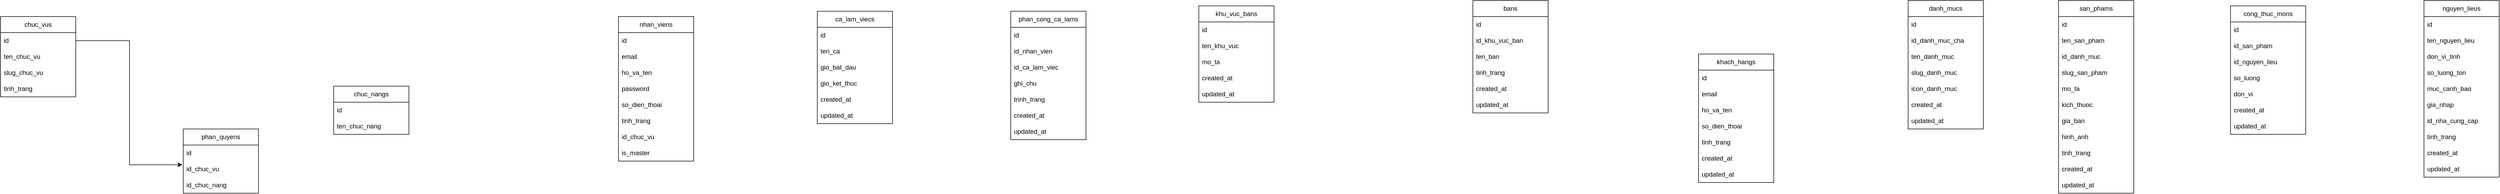
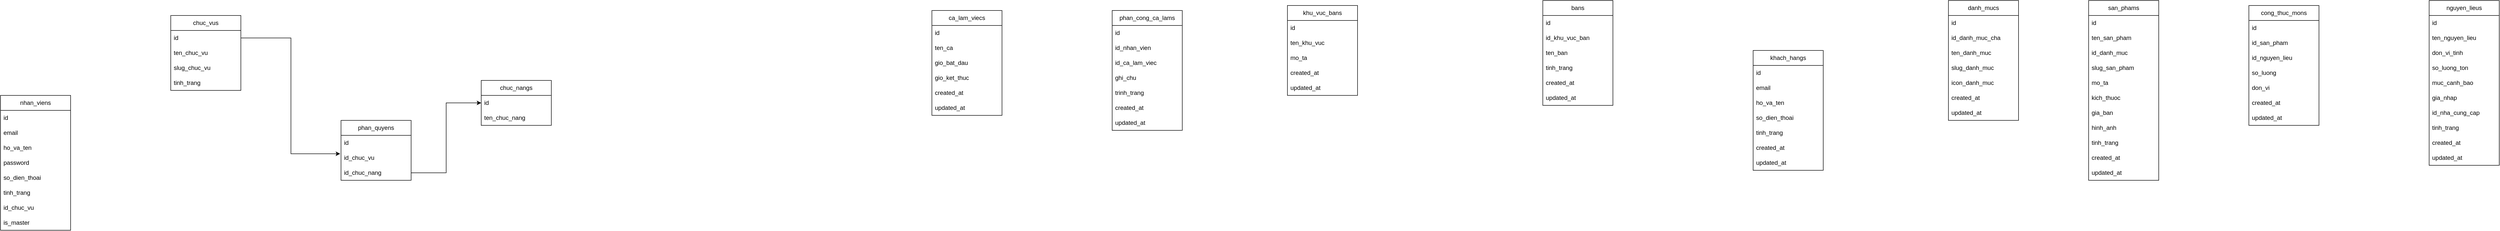
<mxfile host="app.diagrams.net">
  <diagram name="Page-1" id="78QUDde3ILmcNMK2hGyn">
    <mxGraphModel dx="2336" dy="1906" grid="1" gridSize="10" guides="1" tooltips="1" connect="1" arrows="1" fold="1" page="1" pageScale="1" pageWidth="850" pageHeight="1100" math="0" shadow="0">
      <root>
        <mxCell id="0" />
        <mxCell id="1" parent="0" />
        <mxCell id="1bbKcoBMxcC-bXyi0BTe-1" parent="1" style="swimlane;fontStyle=0;childLayout=stackLayout;horizontal=1;startSize=30;horizontalStack=0;resizeParent=1;resizeParentMax=0;resizeLast=0;collapsible=1;marginBottom=0;whiteSpace=wrap;html=1;" value="chuc_vus" vertex="1">
          <mxGeometry height="150" width="140" x="-280" y="-110" as="geometry" />
        </mxCell>
        <mxCell id="1bbKcoBMxcC-bXyi0BTe-2" parent="1bbKcoBMxcC-bXyi0BTe-1" style="text;strokeColor=none;fillColor=none;align=left;verticalAlign=middle;spacingLeft=4;spacingRight=4;overflow=hidden;points=[[0,0.5],[1,0.5]];portConstraint=eastwest;rotatable=0;whiteSpace=wrap;html=1;" value="id" vertex="1">
          <mxGeometry height="30" width="140" y="30" as="geometry" />
        </mxCell>
        <mxCell id="1bbKcoBMxcC-bXyi0BTe-3" parent="1bbKcoBMxcC-bXyi0BTe-1" style="text;strokeColor=none;fillColor=none;align=left;verticalAlign=middle;spacingLeft=4;spacingRight=4;overflow=hidden;points=[[0,0.5],[1,0.5]];portConstraint=eastwest;rotatable=0;whiteSpace=wrap;html=1;" value="ten_chuc_vu" vertex="1">
          <mxGeometry height="30" width="140" y="60" as="geometry" />
        </mxCell>
        <mxCell id="1bbKcoBMxcC-bXyi0BTe-4" parent="1bbKcoBMxcC-bXyi0BTe-1" style="text;strokeColor=none;fillColor=none;align=left;verticalAlign=middle;spacingLeft=4;spacingRight=4;overflow=hidden;points=[[0,0.5],[1,0.5]];portConstraint=eastwest;rotatable=0;whiteSpace=wrap;html=1;" value="slug_chuc_vu" vertex="1">
          <mxGeometry height="30" width="140" y="90" as="geometry" />
        </mxCell>
        <mxCell id="1bbKcoBMxcC-bXyi0BTe-5" parent="1bbKcoBMxcC-bXyi0BTe-1" style="text;strokeColor=none;fillColor=none;align=left;verticalAlign=middle;spacingLeft=4;spacingRight=4;overflow=hidden;points=[[0,0.5],[1,0.5]];portConstraint=eastwest;rotatable=0;whiteSpace=wrap;html=1;" value="tinh_trang" vertex="1">
          <mxGeometry height="30" width="140" y="120" as="geometry" />
        </mxCell>
        <mxCell id="1bbKcoBMxcC-bXyi0BTe-7" parent="1" style="swimlane;fontStyle=0;childLayout=stackLayout;horizontal=1;startSize=30;horizontalStack=0;resizeParent=1;resizeParentMax=0;resizeLast=0;collapsible=1;marginBottom=0;whiteSpace=wrap;html=1;" value="chuc_nangs" vertex="1">
          <mxGeometry height="90" width="140" x="340" y="20" as="geometry" />
        </mxCell>
        <mxCell id="1bbKcoBMxcC-bXyi0BTe-8" parent="1bbKcoBMxcC-bXyi0BTe-7" style="text;strokeColor=none;fillColor=none;align=left;verticalAlign=middle;spacingLeft=4;spacingRight=4;overflow=hidden;points=[[0,0.5],[1,0.5]];portConstraint=eastwest;rotatable=0;whiteSpace=wrap;html=1;" value="id" vertex="1">
          <mxGeometry height="30" width="140" y="30" as="geometry" />
        </mxCell>
        <mxCell id="1bbKcoBMxcC-bXyi0BTe-9" parent="1bbKcoBMxcC-bXyi0BTe-7" style="text;strokeColor=none;fillColor=none;align=left;verticalAlign=middle;spacingLeft=4;spacingRight=4;overflow=hidden;points=[[0,0.5],[1,0.5]];portConstraint=eastwest;rotatable=0;whiteSpace=wrap;html=1;" value="ten_chuc_nang" vertex="1">
          <mxGeometry height="30" width="140" y="60" as="geometry" />
        </mxCell>
        <mxCell id="1bbKcoBMxcC-bXyi0BTe-11" parent="1" style="swimlane;fontStyle=0;childLayout=stackLayout;horizontal=1;startSize=30;horizontalStack=0;resizeParent=1;resizeParentMax=0;resizeLast=0;collapsible=1;marginBottom=0;whiteSpace=wrap;html=1;" value="phan_quyens" vertex="1">
          <mxGeometry height="120" width="140" x="60" y="100" as="geometry" />
        </mxCell>
        <mxCell id="1bbKcoBMxcC-bXyi0BTe-12" parent="1bbKcoBMxcC-bXyi0BTe-11" style="text;strokeColor=none;fillColor=none;align=left;verticalAlign=middle;spacingLeft=4;spacingRight=4;overflow=hidden;points=[[0,0.5],[1,0.5]];portConstraint=eastwest;rotatable=0;whiteSpace=wrap;html=1;" value="id" vertex="1">
          <mxGeometry height="30" width="140" y="30" as="geometry" />
        </mxCell>
        <mxCell id="1bbKcoBMxcC-bXyi0BTe-13" parent="1bbKcoBMxcC-bXyi0BTe-11" style="text;strokeColor=none;fillColor=none;align=left;verticalAlign=middle;spacingLeft=4;spacingRight=4;overflow=hidden;points=[[0,0.5],[1,0.5]];portConstraint=eastwest;rotatable=0;whiteSpace=wrap;html=1;" value="id_chuc_vu" vertex="1">
          <mxGeometry height="30" width="140" y="60" as="geometry" />
        </mxCell>
        <mxCell id="1bbKcoBMxcC-bXyi0BTe-14" parent="1bbKcoBMxcC-bXyi0BTe-11" style="text;strokeColor=none;fillColor=none;align=left;verticalAlign=middle;spacingLeft=4;spacingRight=4;overflow=hidden;points=[[0,0.5],[1,0.5]];portConstraint=eastwest;rotatable=0;whiteSpace=wrap;html=1;" value="id_chuc_nang" vertex="1">
          <mxGeometry height="30" width="140" y="90" as="geometry" />
        </mxCell>
        <mxCell id="1bbKcoBMxcC-bXyi0BTe-16" parent="1" style="swimlane;fontStyle=0;childLayout=stackLayout;horizontal=1;startSize=30;horizontalStack=0;resizeParent=1;resizeParentMax=0;resizeLast=0;collapsible=1;marginBottom=0;whiteSpace=wrap;html=1;" value="nhan_viens" vertex="1">
-           <mxGeometry height="270" width="140" x="870" y="-110" as="geometry" />
+           <mxGeometry height="270" width="140" x="-620" y="50" as="geometry" />
        </mxCell>
        <mxCell id="1bbKcoBMxcC-bXyi0BTe-17" parent="1bbKcoBMxcC-bXyi0BTe-16" style="text;strokeColor=none;fillColor=none;align=left;verticalAlign=middle;spacingLeft=4;spacingRight=4;overflow=hidden;points=[[0,0.5],[1,0.5]];portConstraint=eastwest;rotatable=0;whiteSpace=wrap;html=1;" value="id" vertex="1">
          <mxGeometry height="30" width="140" y="30" as="geometry" />
        </mxCell>
        <mxCell id="1bbKcoBMxcC-bXyi0BTe-18" parent="1bbKcoBMxcC-bXyi0BTe-16" style="text;strokeColor=none;fillColor=none;align=left;verticalAlign=middle;spacingLeft=4;spacingRight=4;overflow=hidden;points=[[0,0.5],[1,0.5]];portConstraint=eastwest;rotatable=0;whiteSpace=wrap;html=1;" value="email" vertex="1">
          <mxGeometry height="30" width="140" y="60" as="geometry" />
        </mxCell>
        <mxCell id="1bbKcoBMxcC-bXyi0BTe-19" parent="1bbKcoBMxcC-bXyi0BTe-16" style="text;strokeColor=none;fillColor=none;align=left;verticalAlign=middle;spacingLeft=4;spacingRight=4;overflow=hidden;points=[[0,0.5],[1,0.5]];portConstraint=eastwest;rotatable=0;whiteSpace=wrap;html=1;" value="ho_va_ten" vertex="1">
          <mxGeometry height="30" width="140" y="90" as="geometry" />
        </mxCell>
        <mxCell id="RNDkmFGJGW4O4d-jsc1U-1" parent="1bbKcoBMxcC-bXyi0BTe-16" style="text;strokeColor=none;fillColor=none;align=left;verticalAlign=middle;spacingLeft=4;spacingRight=4;overflow=hidden;points=[[0,0.5],[1,0.5]];portConstraint=eastwest;rotatable=0;whiteSpace=wrap;html=1;" value="password" vertex="1">
          <mxGeometry height="30" width="140" y="120" as="geometry" />
        </mxCell>
        <mxCell id="RNDkmFGJGW4O4d-jsc1U-2" parent="1bbKcoBMxcC-bXyi0BTe-16" style="text;strokeColor=none;fillColor=none;align=left;verticalAlign=middle;spacingLeft=4;spacingRight=4;overflow=hidden;points=[[0,0.5],[1,0.5]];portConstraint=eastwest;rotatable=0;whiteSpace=wrap;html=1;" value="so_dien_thoai" vertex="1">
          <mxGeometry height="30" width="140" y="150" as="geometry" />
        </mxCell>
        <mxCell id="RNDkmFGJGW4O4d-jsc1U-3" parent="1bbKcoBMxcC-bXyi0BTe-16" style="text;strokeColor=none;fillColor=none;align=left;verticalAlign=middle;spacingLeft=4;spacingRight=4;overflow=hidden;points=[[0,0.5],[1,0.5]];portConstraint=eastwest;rotatable=0;whiteSpace=wrap;html=1;" value="tinh_trang" vertex="1">
          <mxGeometry height="30" width="140" y="180" as="geometry" />
        </mxCell>
        <mxCell id="RNDkmFGJGW4O4d-jsc1U-4" parent="1bbKcoBMxcC-bXyi0BTe-16" style="text;strokeColor=none;fillColor=none;align=left;verticalAlign=middle;spacingLeft=4;spacingRight=4;overflow=hidden;points=[[0,0.5],[1,0.5]];portConstraint=eastwest;rotatable=0;whiteSpace=wrap;html=1;" value="id_chuc_vu" vertex="1">
          <mxGeometry height="30" width="140" y="210" as="geometry" />
        </mxCell>
        <mxCell id="RNDkmFGJGW4O4d-jsc1U-5" parent="1bbKcoBMxcC-bXyi0BTe-16" style="text;strokeColor=none;fillColor=none;align=left;verticalAlign=middle;spacingLeft=4;spacingRight=4;overflow=hidden;points=[[0,0.5],[1,0.5]];portConstraint=eastwest;rotatable=0;whiteSpace=wrap;html=1;" value="is_master" vertex="1">
          <mxGeometry height="30" width="140" y="240" as="geometry" />
        </mxCell>
        <mxCell id="RNDkmFGJGW4O4d-jsc1U-6" parent="1" style="swimlane;fontStyle=0;childLayout=stackLayout;horizontal=1;startSize=30;horizontalStack=0;resizeParent=1;resizeParentMax=0;resizeLast=0;collapsible=1;marginBottom=0;whiteSpace=wrap;html=1;" value="ca_lam_viecs" vertex="1">
          <mxGeometry height="210" width="140" x="1240" y="-120" as="geometry" />
        </mxCell>
        <mxCell id="RNDkmFGJGW4O4d-jsc1U-7" parent="RNDkmFGJGW4O4d-jsc1U-6" style="text;strokeColor=none;fillColor=none;align=left;verticalAlign=middle;spacingLeft=4;spacingRight=4;overflow=hidden;points=[[0,0.5],[1,0.5]];portConstraint=eastwest;rotatable=0;whiteSpace=wrap;html=1;" value="id" vertex="1">
          <mxGeometry height="30" width="140" y="30" as="geometry" />
        </mxCell>
        <mxCell id="RNDkmFGJGW4O4d-jsc1U-8" parent="RNDkmFGJGW4O4d-jsc1U-6" style="text;strokeColor=none;fillColor=none;align=left;verticalAlign=middle;spacingLeft=4;spacingRight=4;overflow=hidden;points=[[0,0.5],[1,0.5]];portConstraint=eastwest;rotatable=0;whiteSpace=wrap;html=1;" value="ten_ca" vertex="1">
          <mxGeometry height="30" width="140" y="60" as="geometry" />
        </mxCell>
        <mxCell id="RNDkmFGJGW4O4d-jsc1U-9" parent="RNDkmFGJGW4O4d-jsc1U-6" style="text;strokeColor=none;fillColor=none;align=left;verticalAlign=middle;spacingLeft=4;spacingRight=4;overflow=hidden;points=[[0,0.5],[1,0.5]];portConstraint=eastwest;rotatable=0;whiteSpace=wrap;html=1;" value="gio_bat_dau" vertex="1">
          <mxGeometry height="30" width="140" y="90" as="geometry" />
        </mxCell>
        <mxCell id="RNDkmFGJGW4O4d-jsc1U-10" parent="RNDkmFGJGW4O4d-jsc1U-6" style="text;strokeColor=none;fillColor=none;align=left;verticalAlign=middle;spacingLeft=4;spacingRight=4;overflow=hidden;points=[[0,0.5],[1,0.5]];portConstraint=eastwest;rotatable=0;whiteSpace=wrap;html=1;" value="gio_ket_thuc" vertex="1">
          <mxGeometry height="30" width="140" y="120" as="geometry" />
        </mxCell>
        <mxCell id="RNDkmFGJGW4O4d-jsc1U-11" parent="RNDkmFGJGW4O4d-jsc1U-6" style="text;strokeColor=none;fillColor=none;align=left;verticalAlign=middle;spacingLeft=4;spacingRight=4;overflow=hidden;points=[[0,0.5],[1,0.5]];portConstraint=eastwest;rotatable=0;whiteSpace=wrap;html=1;" value="created_at" vertex="1">
          <mxGeometry height="30" width="140" y="150" as="geometry" />
        </mxCell>
        <mxCell id="RNDkmFGJGW4O4d-jsc1U-12" parent="RNDkmFGJGW4O4d-jsc1U-6" style="text;strokeColor=none;fillColor=none;align=left;verticalAlign=middle;spacingLeft=4;spacingRight=4;overflow=hidden;points=[[0,0.5],[1,0.5]];portConstraint=eastwest;rotatable=0;whiteSpace=wrap;html=1;" value="updated_at" vertex="1">
          <mxGeometry height="30" width="140" y="180" as="geometry" />
        </mxCell>
        <mxCell id="RNDkmFGJGW4O4d-jsc1U-13" parent="1" style="swimlane;fontStyle=0;childLayout=stackLayout;horizontal=1;startSize=30;horizontalStack=0;resizeParent=1;resizeParentMax=0;resizeLast=0;collapsible=1;marginBottom=0;whiteSpace=wrap;html=1;" value="phan_cong_ca_lams" vertex="1">
          <mxGeometry height="240" width="140" x="1600" y="-120" as="geometry" />
        </mxCell>
        <mxCell id="RNDkmFGJGW4O4d-jsc1U-14" parent="RNDkmFGJGW4O4d-jsc1U-13" style="text;strokeColor=none;fillColor=none;align=left;verticalAlign=middle;spacingLeft=4;spacingRight=4;overflow=hidden;points=[[0,0.5],[1,0.5]];portConstraint=eastwest;rotatable=0;whiteSpace=wrap;html=1;" value="id" vertex="1">
          <mxGeometry height="30" width="140" y="30" as="geometry" />
        </mxCell>
        <mxCell id="RNDkmFGJGW4O4d-jsc1U-15" parent="RNDkmFGJGW4O4d-jsc1U-13" style="text;strokeColor=none;fillColor=none;align=left;verticalAlign=middle;spacingLeft=4;spacingRight=4;overflow=hidden;points=[[0,0.5],[1,0.5]];portConstraint=eastwest;rotatable=0;whiteSpace=wrap;html=1;" value="id_nhan_vien" vertex="1">
          <mxGeometry height="30" width="140" y="60" as="geometry" />
        </mxCell>
        <mxCell id="RNDkmFGJGW4O4d-jsc1U-16" parent="RNDkmFGJGW4O4d-jsc1U-13" style="text;strokeColor=none;fillColor=none;align=left;verticalAlign=middle;spacingLeft=4;spacingRight=4;overflow=hidden;points=[[0,0.5],[1,0.5]];portConstraint=eastwest;rotatable=0;whiteSpace=wrap;html=1;" value="id_ca_lam_viec" vertex="1">
          <mxGeometry height="30" width="140" y="90" as="geometry" />
        </mxCell>
        <mxCell id="RNDkmFGJGW4O4d-jsc1U-17" parent="RNDkmFGJGW4O4d-jsc1U-13" style="text;strokeColor=none;fillColor=none;align=left;verticalAlign=middle;spacingLeft=4;spacingRight=4;overflow=hidden;points=[[0,0.5],[1,0.5]];portConstraint=eastwest;rotatable=0;whiteSpace=wrap;html=1;" value="ghi_chu" vertex="1">
          <mxGeometry height="30" width="140" y="120" as="geometry" />
        </mxCell>
        <mxCell id="RNDkmFGJGW4O4d-jsc1U-18" parent="RNDkmFGJGW4O4d-jsc1U-13" style="text;strokeColor=none;fillColor=none;align=left;verticalAlign=middle;spacingLeft=4;spacingRight=4;overflow=hidden;points=[[0,0.5],[1,0.5]];portConstraint=eastwest;rotatable=0;whiteSpace=wrap;html=1;" value="trinh_trang" vertex="1">
          <mxGeometry height="30" width="140" y="150" as="geometry" />
        </mxCell>
        <mxCell id="RNDkmFGJGW4O4d-jsc1U-19" parent="RNDkmFGJGW4O4d-jsc1U-13" style="text;strokeColor=none;fillColor=none;align=left;verticalAlign=middle;spacingLeft=4;spacingRight=4;overflow=hidden;points=[[0,0.5],[1,0.5]];portConstraint=eastwest;rotatable=0;whiteSpace=wrap;html=1;" value="created_at" vertex="1">
          <mxGeometry height="30" width="140" y="180" as="geometry" />
        </mxCell>
        <mxCell id="RNDkmFGJGW4O4d-jsc1U-20" parent="RNDkmFGJGW4O4d-jsc1U-13" style="text;strokeColor=none;fillColor=none;align=left;verticalAlign=middle;spacingLeft=4;spacingRight=4;overflow=hidden;points=[[0,0.5],[1,0.5]];portConstraint=eastwest;rotatable=0;whiteSpace=wrap;html=1;" value="updated_at" vertex="1">
          <mxGeometry height="30" width="140" y="210" as="geometry" />
        </mxCell>
        <mxCell id="RNDkmFGJGW4O4d-jsc1U-21" parent="1" style="swimlane;fontStyle=0;childLayout=stackLayout;horizontal=1;startSize=30;horizontalStack=0;resizeParent=1;resizeParentMax=0;resizeLast=0;collapsible=1;marginBottom=0;whiteSpace=wrap;html=1;" value="khu_vuc_bans" vertex="1">
          <mxGeometry height="180" width="140" x="1950" y="-130" as="geometry" />
        </mxCell>
        <mxCell id="RNDkmFGJGW4O4d-jsc1U-22" parent="RNDkmFGJGW4O4d-jsc1U-21" style="text;strokeColor=none;fillColor=none;align=left;verticalAlign=middle;spacingLeft=4;spacingRight=4;overflow=hidden;points=[[0,0.5],[1,0.5]];portConstraint=eastwest;rotatable=0;whiteSpace=wrap;html=1;" value="id" vertex="1">
          <mxGeometry height="30" width="140" y="30" as="geometry" />
        </mxCell>
        <mxCell id="RNDkmFGJGW4O4d-jsc1U-23" parent="RNDkmFGJGW4O4d-jsc1U-21" style="text;strokeColor=none;fillColor=none;align=left;verticalAlign=middle;spacingLeft=4;spacingRight=4;overflow=hidden;points=[[0,0.5],[1,0.5]];portConstraint=eastwest;rotatable=0;whiteSpace=wrap;html=1;" value="ten_khu_vuc" vertex="1">
          <mxGeometry height="30" width="140" y="60" as="geometry" />
        </mxCell>
        <mxCell id="RNDkmFGJGW4O4d-jsc1U-24" parent="RNDkmFGJGW4O4d-jsc1U-21" style="text;strokeColor=none;fillColor=none;align=left;verticalAlign=middle;spacingLeft=4;spacingRight=4;overflow=hidden;points=[[0,0.5],[1,0.5]];portConstraint=eastwest;rotatable=0;whiteSpace=wrap;html=1;" value="mo_ta" vertex="1">
          <mxGeometry height="30" width="140" y="90" as="geometry" />
        </mxCell>
        <mxCell id="RNDkmFGJGW4O4d-jsc1U-25" parent="RNDkmFGJGW4O4d-jsc1U-21" style="text;strokeColor=none;fillColor=none;align=left;verticalAlign=middle;spacingLeft=4;spacingRight=4;overflow=hidden;points=[[0,0.5],[1,0.5]];portConstraint=eastwest;rotatable=0;whiteSpace=wrap;html=1;" value="created_at" vertex="1">
          <mxGeometry height="30" width="140" y="120" as="geometry" />
        </mxCell>
        <mxCell id="RNDkmFGJGW4O4d-jsc1U-26" parent="RNDkmFGJGW4O4d-jsc1U-21" style="text;strokeColor=none;fillColor=none;align=left;verticalAlign=middle;spacingLeft=4;spacingRight=4;overflow=hidden;points=[[0,0.5],[1,0.5]];portConstraint=eastwest;rotatable=0;whiteSpace=wrap;html=1;" value="updated_at" vertex="1">
          <mxGeometry height="30" width="140" y="150" as="geometry" />
        </mxCell>
        <mxCell id="RNDkmFGJGW4O4d-jsc1U-27" parent="1" style="swimlane;fontStyle=0;childLayout=stackLayout;horizontal=1;startSize=30;horizontalStack=0;resizeParent=1;resizeParentMax=0;resizeLast=0;collapsible=1;marginBottom=0;whiteSpace=wrap;html=1;" value="bans" vertex="1">
          <mxGeometry height="210" width="140" x="2460" y="-140" as="geometry" />
        </mxCell>
        <mxCell id="RNDkmFGJGW4O4d-jsc1U-28" parent="RNDkmFGJGW4O4d-jsc1U-27" style="text;strokeColor=none;fillColor=none;align=left;verticalAlign=middle;spacingLeft=4;spacingRight=4;overflow=hidden;points=[[0,0.5],[1,0.5]];portConstraint=eastwest;rotatable=0;whiteSpace=wrap;html=1;" value="id" vertex="1">
          <mxGeometry height="30" width="140" y="30" as="geometry" />
        </mxCell>
        <mxCell id="RNDkmFGJGW4O4d-jsc1U-29" parent="RNDkmFGJGW4O4d-jsc1U-27" style="text;strokeColor=none;fillColor=none;align=left;verticalAlign=middle;spacingLeft=4;spacingRight=4;overflow=hidden;points=[[0,0.5],[1,0.5]];portConstraint=eastwest;rotatable=0;whiteSpace=wrap;html=1;" value="id_khu_vuc_ban" vertex="1">
          <mxGeometry height="30" width="140" y="60" as="geometry" />
        </mxCell>
        <mxCell id="RNDkmFGJGW4O4d-jsc1U-30" parent="RNDkmFGJGW4O4d-jsc1U-27" style="text;strokeColor=none;fillColor=none;align=left;verticalAlign=middle;spacingLeft=4;spacingRight=4;overflow=hidden;points=[[0,0.5],[1,0.5]];portConstraint=eastwest;rotatable=0;whiteSpace=wrap;html=1;" value="ten_ban" vertex="1">
          <mxGeometry height="30" width="140" y="90" as="geometry" />
        </mxCell>
        <mxCell id="RNDkmFGJGW4O4d-jsc1U-31" parent="RNDkmFGJGW4O4d-jsc1U-27" style="text;strokeColor=none;fillColor=none;align=left;verticalAlign=middle;spacingLeft=4;spacingRight=4;overflow=hidden;points=[[0,0.5],[1,0.5]];portConstraint=eastwest;rotatable=0;whiteSpace=wrap;html=1;" value="tinh_trang" vertex="1">
          <mxGeometry height="30" width="140" y="120" as="geometry" />
        </mxCell>
        <mxCell id="RNDkmFGJGW4O4d-jsc1U-32" parent="RNDkmFGJGW4O4d-jsc1U-27" style="text;strokeColor=none;fillColor=none;align=left;verticalAlign=middle;spacingLeft=4;spacingRight=4;overflow=hidden;points=[[0,0.5],[1,0.5]];portConstraint=eastwest;rotatable=0;whiteSpace=wrap;html=1;" value="created_at" vertex="1">
          <mxGeometry height="30" width="140" y="150" as="geometry" />
        </mxCell>
        <mxCell id="RNDkmFGJGW4O4d-jsc1U-33" parent="RNDkmFGJGW4O4d-jsc1U-27" style="text;strokeColor=none;fillColor=none;align=left;verticalAlign=middle;spacingLeft=4;spacingRight=4;overflow=hidden;points=[[0,0.5],[1,0.5]];portConstraint=eastwest;rotatable=0;whiteSpace=wrap;html=1;" value="updated_at" vertex="1">
          <mxGeometry height="30" width="140" y="180" as="geometry" />
        </mxCell>
        <mxCell id="RNDkmFGJGW4O4d-jsc1U-34" parent="1" style="swimlane;fontStyle=0;childLayout=stackLayout;horizontal=1;startSize=30;horizontalStack=0;resizeParent=1;resizeParentMax=0;resizeLast=0;collapsible=1;marginBottom=0;whiteSpace=wrap;html=1;" value="khach_hangs" vertex="1">
          <mxGeometry height="240" width="140" x="2880" y="-40" as="geometry" />
        </mxCell>
        <mxCell id="RNDkmFGJGW4O4d-jsc1U-35" parent="RNDkmFGJGW4O4d-jsc1U-34" style="text;strokeColor=none;fillColor=none;align=left;verticalAlign=middle;spacingLeft=4;spacingRight=4;overflow=hidden;points=[[0,0.5],[1,0.5]];portConstraint=eastwest;rotatable=0;whiteSpace=wrap;html=1;" value="id" vertex="1">
          <mxGeometry height="30" width="140" y="30" as="geometry" />
        </mxCell>
        <mxCell id="RNDkmFGJGW4O4d-jsc1U-36" parent="RNDkmFGJGW4O4d-jsc1U-34" style="text;strokeColor=none;fillColor=none;align=left;verticalAlign=middle;spacingLeft=4;spacingRight=4;overflow=hidden;points=[[0,0.5],[1,0.5]];portConstraint=eastwest;rotatable=0;whiteSpace=wrap;html=1;" value="email" vertex="1">
          <mxGeometry height="30" width="140" y="60" as="geometry" />
        </mxCell>
        <mxCell id="RNDkmFGJGW4O4d-jsc1U-37" parent="RNDkmFGJGW4O4d-jsc1U-34" style="text;strokeColor=none;fillColor=none;align=left;verticalAlign=middle;spacingLeft=4;spacingRight=4;overflow=hidden;points=[[0,0.5],[1,0.5]];portConstraint=eastwest;rotatable=0;whiteSpace=wrap;html=1;" value="ho_va_ten" vertex="1">
          <mxGeometry height="30" width="140" y="90" as="geometry" />
        </mxCell>
        <mxCell id="RNDkmFGJGW4O4d-jsc1U-38" parent="RNDkmFGJGW4O4d-jsc1U-34" style="text;strokeColor=none;fillColor=none;align=left;verticalAlign=middle;spacingLeft=4;spacingRight=4;overflow=hidden;points=[[0,0.5],[1,0.5]];portConstraint=eastwest;rotatable=0;whiteSpace=wrap;html=1;" value="so_dien_thoai" vertex="1">
          <mxGeometry height="30" width="140" y="120" as="geometry" />
        </mxCell>
        <mxCell id="RNDkmFGJGW4O4d-jsc1U-39" parent="RNDkmFGJGW4O4d-jsc1U-34" style="text;strokeColor=none;fillColor=none;align=left;verticalAlign=middle;spacingLeft=4;spacingRight=4;overflow=hidden;points=[[0,0.5],[1,0.5]];portConstraint=eastwest;rotatable=0;whiteSpace=wrap;html=1;" value="tinh_trang" vertex="1">
          <mxGeometry height="30" width="140" y="150" as="geometry" />
        </mxCell>
        <mxCell id="RNDkmFGJGW4O4d-jsc1U-40" parent="RNDkmFGJGW4O4d-jsc1U-34" style="text;strokeColor=none;fillColor=none;align=left;verticalAlign=middle;spacingLeft=4;spacingRight=4;overflow=hidden;points=[[0,0.5],[1,0.5]];portConstraint=eastwest;rotatable=0;whiteSpace=wrap;html=1;" value="created_at" vertex="1">
          <mxGeometry height="30" width="140" y="180" as="geometry" />
        </mxCell>
        <mxCell id="RNDkmFGJGW4O4d-jsc1U-41" parent="RNDkmFGJGW4O4d-jsc1U-34" style="text;strokeColor=none;fillColor=none;align=left;verticalAlign=middle;spacingLeft=4;spacingRight=4;overflow=hidden;points=[[0,0.5],[1,0.5]];portConstraint=eastwest;rotatable=0;whiteSpace=wrap;html=1;" value="updated_at" vertex="1">
          <mxGeometry height="30" width="140" y="210" as="geometry" />
        </mxCell>
        <mxCell id="RNDkmFGJGW4O4d-jsc1U-42" parent="1" style="swimlane;fontStyle=0;childLayout=stackLayout;horizontal=1;startSize=30;horizontalStack=0;resizeParent=1;resizeParentMax=0;resizeLast=0;collapsible=1;marginBottom=0;whiteSpace=wrap;html=1;" value="danh_mucs" vertex="1">
          <mxGeometry height="240" width="140" x="3270" y="-140" as="geometry" />
        </mxCell>
        <mxCell id="RNDkmFGJGW4O4d-jsc1U-43" parent="RNDkmFGJGW4O4d-jsc1U-42" style="text;strokeColor=none;fillColor=none;align=left;verticalAlign=middle;spacingLeft=4;spacingRight=4;overflow=hidden;points=[[0,0.5],[1,0.5]];portConstraint=eastwest;rotatable=0;whiteSpace=wrap;html=1;" value="id" vertex="1">
          <mxGeometry height="30" width="140" y="30" as="geometry" />
        </mxCell>
        <mxCell id="RNDkmFGJGW4O4d-jsc1U-44" parent="RNDkmFGJGW4O4d-jsc1U-42" style="text;strokeColor=none;fillColor=none;align=left;verticalAlign=middle;spacingLeft=4;spacingRight=4;overflow=hidden;points=[[0,0.5],[1,0.5]];portConstraint=eastwest;rotatable=0;whiteSpace=wrap;html=1;" value="id_danh_muc_cha" vertex="1">
          <mxGeometry height="30" width="140" y="60" as="geometry" />
        </mxCell>
        <mxCell id="RNDkmFGJGW4O4d-jsc1U-45" parent="RNDkmFGJGW4O4d-jsc1U-42" style="text;strokeColor=none;fillColor=none;align=left;verticalAlign=middle;spacingLeft=4;spacingRight=4;overflow=hidden;points=[[0,0.5],[1,0.5]];portConstraint=eastwest;rotatable=0;whiteSpace=wrap;html=1;" value="ten_danh_muc" vertex="1">
          <mxGeometry height="30" width="140" y="90" as="geometry" />
        </mxCell>
        <mxCell id="RNDkmFGJGW4O4d-jsc1U-46" parent="RNDkmFGJGW4O4d-jsc1U-42" style="text;strokeColor=none;fillColor=none;align=left;verticalAlign=middle;spacingLeft=4;spacingRight=4;overflow=hidden;points=[[0,0.5],[1,0.5]];portConstraint=eastwest;rotatable=0;whiteSpace=wrap;html=1;" value="slug_danh_muc" vertex="1">
          <mxGeometry height="30" width="140" y="120" as="geometry" />
        </mxCell>
        <mxCell id="RNDkmFGJGW4O4d-jsc1U-47" parent="RNDkmFGJGW4O4d-jsc1U-42" style="text;strokeColor=none;fillColor=none;align=left;verticalAlign=middle;spacingLeft=4;spacingRight=4;overflow=hidden;points=[[0,0.5],[1,0.5]];portConstraint=eastwest;rotatable=0;whiteSpace=wrap;html=1;" value="icon_danh_muc" vertex="1">
          <mxGeometry height="30" width="140" y="150" as="geometry" />
        </mxCell>
        <mxCell id="RNDkmFGJGW4O4d-jsc1U-48" parent="RNDkmFGJGW4O4d-jsc1U-42" style="text;strokeColor=none;fillColor=none;align=left;verticalAlign=middle;spacingLeft=4;spacingRight=4;overflow=hidden;points=[[0,0.5],[1,0.5]];portConstraint=eastwest;rotatable=0;whiteSpace=wrap;html=1;" value="created_at" vertex="1">
          <mxGeometry height="30" width="140" y="180" as="geometry" />
        </mxCell>
        <mxCell id="RNDkmFGJGW4O4d-jsc1U-49" parent="RNDkmFGJGW4O4d-jsc1U-42" style="text;strokeColor=none;fillColor=none;align=left;verticalAlign=middle;spacingLeft=4;spacingRight=4;overflow=hidden;points=[[0,0.5],[1,0.5]];portConstraint=eastwest;rotatable=0;whiteSpace=wrap;html=1;" value="updated_at" vertex="1">
          <mxGeometry height="30" width="140" y="210" as="geometry" />
        </mxCell>
        <mxCell id="RNDkmFGJGW4O4d-jsc1U-50" parent="1" style="swimlane;fontStyle=0;childLayout=stackLayout;horizontal=1;startSize=30;horizontalStack=0;resizeParent=1;resizeParentMax=0;resizeLast=0;collapsible=1;marginBottom=0;whiteSpace=wrap;html=1;" value="san_phams" vertex="1">
          <mxGeometry height="360" width="140" x="3550" y="-140" as="geometry" />
        </mxCell>
        <mxCell id="RNDkmFGJGW4O4d-jsc1U-51" parent="RNDkmFGJGW4O4d-jsc1U-50" style="text;strokeColor=none;fillColor=none;align=left;verticalAlign=middle;spacingLeft=4;spacingRight=4;overflow=hidden;points=[[0,0.5],[1,0.5]];portConstraint=eastwest;rotatable=0;whiteSpace=wrap;html=1;" value="id" vertex="1">
          <mxGeometry height="30" width="140" y="30" as="geometry" />
        </mxCell>
        <mxCell id="RNDkmFGJGW4O4d-jsc1U-52" parent="RNDkmFGJGW4O4d-jsc1U-50" style="text;strokeColor=none;fillColor=none;align=left;verticalAlign=middle;spacingLeft=4;spacingRight=4;overflow=hidden;points=[[0,0.5],[1,0.5]];portConstraint=eastwest;rotatable=0;whiteSpace=wrap;html=1;" value="ten_san_pham" vertex="1">
          <mxGeometry height="30" width="140" y="60" as="geometry" />
        </mxCell>
        <mxCell id="RNDkmFGJGW4O4d-jsc1U-53" parent="RNDkmFGJGW4O4d-jsc1U-50" style="text;strokeColor=none;fillColor=none;align=left;verticalAlign=middle;spacingLeft=4;spacingRight=4;overflow=hidden;points=[[0,0.5],[1,0.5]];portConstraint=eastwest;rotatable=0;whiteSpace=wrap;html=1;" value="id_danh_muc" vertex="1">
          <mxGeometry height="30" width="140" y="90" as="geometry" />
        </mxCell>
        <mxCell id="RNDkmFGJGW4O4d-jsc1U-54" parent="RNDkmFGJGW4O4d-jsc1U-50" style="text;strokeColor=none;fillColor=none;align=left;verticalAlign=middle;spacingLeft=4;spacingRight=4;overflow=hidden;points=[[0,0.5],[1,0.5]];portConstraint=eastwest;rotatable=0;whiteSpace=wrap;html=1;" value="slug_san_pham" vertex="1">
          <mxGeometry height="30" width="140" y="120" as="geometry" />
        </mxCell>
        <mxCell id="RNDkmFGJGW4O4d-jsc1U-55" parent="RNDkmFGJGW4O4d-jsc1U-50" style="text;strokeColor=none;fillColor=none;align=left;verticalAlign=middle;spacingLeft=4;spacingRight=4;overflow=hidden;points=[[0,0.5],[1,0.5]];portConstraint=eastwest;rotatable=0;whiteSpace=wrap;html=1;" value="mo_ta" vertex="1">
          <mxGeometry height="30" width="140" y="150" as="geometry" />
        </mxCell>
        <mxCell id="RNDkmFGJGW4O4d-jsc1U-56" parent="RNDkmFGJGW4O4d-jsc1U-50" style="text;strokeColor=none;fillColor=none;align=left;verticalAlign=middle;spacingLeft=4;spacingRight=4;overflow=hidden;points=[[0,0.5],[1,0.5]];portConstraint=eastwest;rotatable=0;whiteSpace=wrap;html=1;" value="kich_thuoc" vertex="1">
          <mxGeometry height="30" width="140" y="180" as="geometry" />
        </mxCell>
        <mxCell id="RNDkmFGJGW4O4d-jsc1U-57" parent="RNDkmFGJGW4O4d-jsc1U-50" style="text;strokeColor=none;fillColor=none;align=left;verticalAlign=middle;spacingLeft=4;spacingRight=4;overflow=hidden;points=[[0,0.5],[1,0.5]];portConstraint=eastwest;rotatable=0;whiteSpace=wrap;html=1;" value="gia_ban" vertex="1">
          <mxGeometry height="30" width="140" y="210" as="geometry" />
        </mxCell>
        <mxCell id="RNDkmFGJGW4O4d-jsc1U-58" parent="RNDkmFGJGW4O4d-jsc1U-50" style="text;strokeColor=none;fillColor=none;align=left;verticalAlign=middle;spacingLeft=4;spacingRight=4;overflow=hidden;points=[[0,0.5],[1,0.5]];portConstraint=eastwest;rotatable=0;whiteSpace=wrap;html=1;" value="hinh_anh" vertex="1">
          <mxGeometry height="30" width="140" y="240" as="geometry" />
        </mxCell>
        <mxCell id="RNDkmFGJGW4O4d-jsc1U-59" parent="RNDkmFGJGW4O4d-jsc1U-50" style="text;strokeColor=none;fillColor=none;align=left;verticalAlign=middle;spacingLeft=4;spacingRight=4;overflow=hidden;points=[[0,0.5],[1,0.5]];portConstraint=eastwest;rotatable=0;whiteSpace=wrap;html=1;" value="tinh_trang" vertex="1">
          <mxGeometry height="30" width="140" y="270" as="geometry" />
        </mxCell>
        <mxCell id="RNDkmFGJGW4O4d-jsc1U-60" parent="RNDkmFGJGW4O4d-jsc1U-50" style="text;strokeColor=none;fillColor=none;align=left;verticalAlign=middle;spacingLeft=4;spacingRight=4;overflow=hidden;points=[[0,0.5],[1,0.5]];portConstraint=eastwest;rotatable=0;whiteSpace=wrap;html=1;" value="created_at" vertex="1">
          <mxGeometry height="30" width="140" y="300" as="geometry" />
        </mxCell>
        <mxCell id="RNDkmFGJGW4O4d-jsc1U-61" parent="RNDkmFGJGW4O4d-jsc1U-50" style="text;strokeColor=none;fillColor=none;align=left;verticalAlign=middle;spacingLeft=4;spacingRight=4;overflow=hidden;points=[[0,0.5],[1,0.5]];portConstraint=eastwest;rotatable=0;whiteSpace=wrap;html=1;" value="updated_at" vertex="1">
          <mxGeometry height="30" width="140" y="330" as="geometry" />
        </mxCell>
        <mxCell id="RNDkmFGJGW4O4d-jsc1U-62" parent="1" style="swimlane;fontStyle=0;childLayout=stackLayout;horizontal=1;startSize=30;horizontalStack=0;resizeParent=1;resizeParentMax=0;resizeLast=0;collapsible=1;marginBottom=0;whiteSpace=wrap;html=1;" value="cong_thuc_mons" vertex="1">
          <mxGeometry height="240" width="140" x="3870" y="-130" as="geometry" />
        </mxCell>
        <mxCell id="RNDkmFGJGW4O4d-jsc1U-63" parent="RNDkmFGJGW4O4d-jsc1U-62" style="text;strokeColor=none;fillColor=none;align=left;verticalAlign=middle;spacingLeft=4;spacingRight=4;overflow=hidden;points=[[0,0.5],[1,0.5]];portConstraint=eastwest;rotatable=0;whiteSpace=wrap;html=1;" value="id" vertex="1">
          <mxGeometry height="30" width="140" y="30" as="geometry" />
        </mxCell>
        <mxCell id="RNDkmFGJGW4O4d-jsc1U-64" parent="RNDkmFGJGW4O4d-jsc1U-62" style="text;strokeColor=none;fillColor=none;align=left;verticalAlign=middle;spacingLeft=4;spacingRight=4;overflow=hidden;points=[[0,0.5],[1,0.5]];portConstraint=eastwest;rotatable=0;whiteSpace=wrap;html=1;" value="id_san_pham" vertex="1">
          <mxGeometry height="30" width="140" y="60" as="geometry" />
        </mxCell>
        <mxCell id="RNDkmFGJGW4O4d-jsc1U-65" parent="RNDkmFGJGW4O4d-jsc1U-62" style="text;strokeColor=none;fillColor=none;align=left;verticalAlign=middle;spacingLeft=4;spacingRight=4;overflow=hidden;points=[[0,0.5],[1,0.5]];portConstraint=eastwest;rotatable=0;whiteSpace=wrap;html=1;" value="id_nguyen_lieu" vertex="1">
          <mxGeometry height="30" width="140" y="90" as="geometry" />
        </mxCell>
        <mxCell id="RNDkmFGJGW4O4d-jsc1U-66" parent="RNDkmFGJGW4O4d-jsc1U-62" style="text;strokeColor=none;fillColor=none;align=left;verticalAlign=middle;spacingLeft=4;spacingRight=4;overflow=hidden;points=[[0,0.5],[1,0.5]];portConstraint=eastwest;rotatable=0;whiteSpace=wrap;html=1;" value="so_luong" vertex="1">
          <mxGeometry height="30" width="140" y="120" as="geometry" />
        </mxCell>
        <mxCell id="RNDkmFGJGW4O4d-jsc1U-67" parent="RNDkmFGJGW4O4d-jsc1U-62" style="text;strokeColor=none;fillColor=none;align=left;verticalAlign=middle;spacingLeft=4;spacingRight=4;overflow=hidden;points=[[0,0.5],[1,0.5]];portConstraint=eastwest;rotatable=0;whiteSpace=wrap;html=1;" value="don_vi" vertex="1">
          <mxGeometry height="30" width="140" y="150" as="geometry" />
        </mxCell>
        <mxCell id="RNDkmFGJGW4O4d-jsc1U-68" parent="RNDkmFGJGW4O4d-jsc1U-62" style="text;strokeColor=none;fillColor=none;align=left;verticalAlign=middle;spacingLeft=4;spacingRight=4;overflow=hidden;points=[[0,0.5],[1,0.5]];portConstraint=eastwest;rotatable=0;whiteSpace=wrap;html=1;" value="created_at" vertex="1">
          <mxGeometry height="30" width="140" y="180" as="geometry" />
        </mxCell>
        <mxCell id="RNDkmFGJGW4O4d-jsc1U-69" parent="RNDkmFGJGW4O4d-jsc1U-62" style="text;strokeColor=none;fillColor=none;align=left;verticalAlign=middle;spacingLeft=4;spacingRight=4;overflow=hidden;points=[[0,0.5],[1,0.5]];portConstraint=eastwest;rotatable=0;whiteSpace=wrap;html=1;" value="updated_at" vertex="1">
          <mxGeometry height="30" width="140" y="210" as="geometry" />
        </mxCell>
        <mxCell id="RNDkmFGJGW4O4d-jsc1U-70" parent="1" style="swimlane;fontStyle=0;childLayout=stackLayout;horizontal=1;startSize=30;horizontalStack=0;resizeParent=1;resizeParentMax=0;resizeLast=0;collapsible=1;marginBottom=0;whiteSpace=wrap;html=1;" value="nguyen_lieus" vertex="1">
          <mxGeometry height="330" width="140" x="4230" y="-140" as="geometry" />
        </mxCell>
        <mxCell id="RNDkmFGJGW4O4d-jsc1U-71" parent="RNDkmFGJGW4O4d-jsc1U-70" style="text;strokeColor=none;fillColor=none;align=left;verticalAlign=middle;spacingLeft=4;spacingRight=4;overflow=hidden;points=[[0,0.5],[1,0.5]];portConstraint=eastwest;rotatable=0;whiteSpace=wrap;html=1;" value="id" vertex="1">
          <mxGeometry height="30" width="140" y="30" as="geometry" />
        </mxCell>
        <mxCell id="RNDkmFGJGW4O4d-jsc1U-72" parent="RNDkmFGJGW4O4d-jsc1U-70" style="text;strokeColor=none;fillColor=none;align=left;verticalAlign=middle;spacingLeft=4;spacingRight=4;overflow=hidden;points=[[0,0.5],[1,0.5]];portConstraint=eastwest;rotatable=0;whiteSpace=wrap;html=1;" value="ten_nguyen_lieu" vertex="1">
          <mxGeometry height="30" width="140" y="60" as="geometry" />
        </mxCell>
        <mxCell id="RNDkmFGJGW4O4d-jsc1U-73" parent="RNDkmFGJGW4O4d-jsc1U-70" style="text;strokeColor=none;fillColor=none;align=left;verticalAlign=middle;spacingLeft=4;spacingRight=4;overflow=hidden;points=[[0,0.5],[1,0.5]];portConstraint=eastwest;rotatable=0;whiteSpace=wrap;html=1;" value="don_vi_tinh" vertex="1">
          <mxGeometry height="30" width="140" y="90" as="geometry" />
        </mxCell>
        <mxCell id="RNDkmFGJGW4O4d-jsc1U-74" parent="RNDkmFGJGW4O4d-jsc1U-70" style="text;strokeColor=none;fillColor=none;align=left;verticalAlign=middle;spacingLeft=4;spacingRight=4;overflow=hidden;points=[[0,0.5],[1,0.5]];portConstraint=eastwest;rotatable=0;whiteSpace=wrap;html=1;" value="so_luong_ton" vertex="1">
          <mxGeometry height="30" width="140" y="120" as="geometry" />
        </mxCell>
        <mxCell id="RNDkmFGJGW4O4d-jsc1U-75" parent="RNDkmFGJGW4O4d-jsc1U-70" style="text;strokeColor=none;fillColor=none;align=left;verticalAlign=middle;spacingLeft=4;spacingRight=4;overflow=hidden;points=[[0,0.5],[1,0.5]];portConstraint=eastwest;rotatable=0;whiteSpace=wrap;html=1;" value="muc_canh_bao" vertex="1">
          <mxGeometry height="30" width="140" y="150" as="geometry" />
        </mxCell>
        <mxCell id="RNDkmFGJGW4O4d-jsc1U-76" parent="RNDkmFGJGW4O4d-jsc1U-70" style="text;strokeColor=none;fillColor=none;align=left;verticalAlign=middle;spacingLeft=4;spacingRight=4;overflow=hidden;points=[[0,0.5],[1,0.5]];portConstraint=eastwest;rotatable=0;whiteSpace=wrap;html=1;" value="gia_nhap" vertex="1">
          <mxGeometry height="30" width="140" y="180" as="geometry" />
        </mxCell>
        <mxCell id="RNDkmFGJGW4O4d-jsc1U-77" parent="RNDkmFGJGW4O4d-jsc1U-70" style="text;strokeColor=none;fillColor=none;align=left;verticalAlign=middle;spacingLeft=4;spacingRight=4;overflow=hidden;points=[[0,0.5],[1,0.5]];portConstraint=eastwest;rotatable=0;whiteSpace=wrap;html=1;" value="id_nha_cung_cap" vertex="1">
          <mxGeometry height="30" width="140" y="210" as="geometry" />
        </mxCell>
        <mxCell id="RNDkmFGJGW4O4d-jsc1U-86" parent="RNDkmFGJGW4O4d-jsc1U-70" style="text;strokeColor=none;fillColor=none;align=left;verticalAlign=middle;spacingLeft=4;spacingRight=4;overflow=hidden;points=[[0,0.5],[1,0.5]];portConstraint=eastwest;rotatable=0;whiteSpace=wrap;html=1;" value="tinh_trang" vertex="1">
          <mxGeometry height="30" width="140" y="240" as="geometry" />
        </mxCell>
        <mxCell id="RNDkmFGJGW4O4d-jsc1U-87" parent="RNDkmFGJGW4O4d-jsc1U-70" style="text;strokeColor=none;fillColor=none;align=left;verticalAlign=middle;spacingLeft=4;spacingRight=4;overflow=hidden;points=[[0,0.5],[1,0.5]];portConstraint=eastwest;rotatable=0;whiteSpace=wrap;html=1;" value="created_at" vertex="1">
          <mxGeometry height="30" width="140" y="270" as="geometry" />
        </mxCell>
        <mxCell id="RNDkmFGJGW4O4d-jsc1U-88" parent="RNDkmFGJGW4O4d-jsc1U-70" style="text;strokeColor=none;fillColor=none;align=left;verticalAlign=middle;spacingLeft=4;spacingRight=4;overflow=hidden;points=[[0,0.5],[1,0.5]];portConstraint=eastwest;rotatable=0;whiteSpace=wrap;html=1;" value="updated_at" vertex="1">
          <mxGeometry height="30" width="140" y="300" as="geometry" />
        </mxCell>
        <mxCell id="RNDkmFGJGW4O4d-jsc1U-90" edge="1" parent="1" source="1bbKcoBMxcC-bXyi0BTe-2" style="edgeStyle=orthogonalEdgeStyle;rounded=0;orthogonalLoop=1;jettySize=auto;html=1;exitX=1;exitY=0.5;exitDx=0;exitDy=0;entryX=-0.012;entryY=0.229;entryDx=0;entryDy=0;entryPerimeter=0;" target="1bbKcoBMxcC-bXyi0BTe-13">
+           <mxGeometry relative="1" as="geometry" />
+         </mxCell>
+         <mxCell id="RNDkmFGJGW4O4d-jsc1U-91" edge="1" parent="1" source="1bbKcoBMxcC-bXyi0BTe-14" style="edgeStyle=orthogonalEdgeStyle;rounded=0;orthogonalLoop=1;jettySize=auto;html=1;exitX=1;exitY=0.5;exitDx=0;exitDy=0;entryX=0;entryY=0.5;entryDx=0;entryDy=0;" target="1bbKcoBMxcC-bXyi0BTe-8">
          <mxGeometry relative="1" as="geometry" />
        </mxCell>
      </root>
    </mxGraphModel>
  </diagram>
</mxfile>
